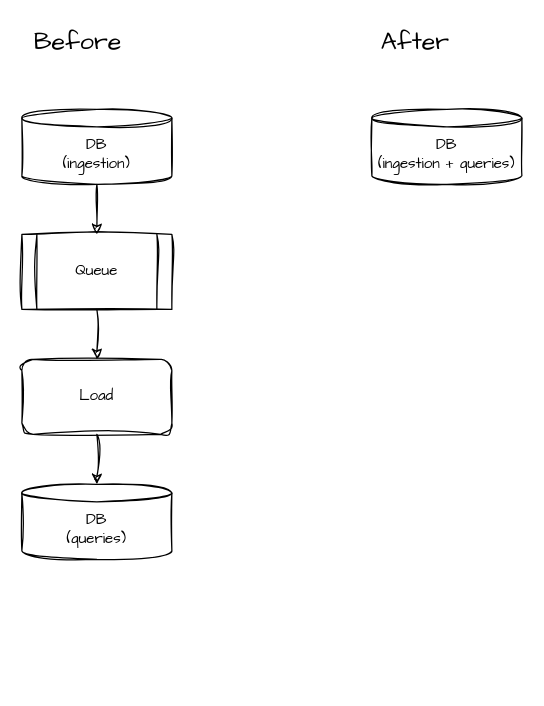
Before: 002_hyper_specialized_dbs/data_fragmentation/diagram.drawio in codingconcepts/architecture-simplification, a draw.io diagram. Source tidied: cells renumbered, new cells numbered last; positions are measured from the earlier drawing's top-left corner, leaving out a move shared by most shapes. Both pictures are drawn from the tidied source at 125%, with x=0, y=0 at pixel (21, 21).
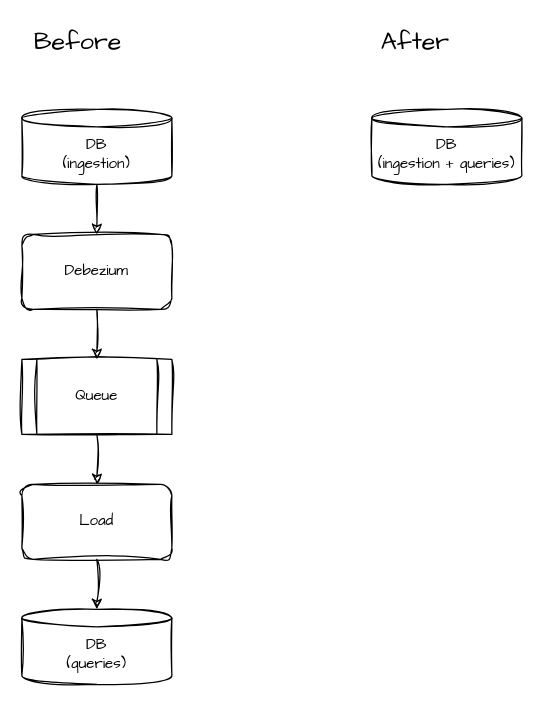
Above is the later version.

What changed in the source:
```diff
@@
 <mxGraphModel>
   <root>
     <mxCell id="0" />
     <mxCell id="1" parent="0" />
     <mxCell id="2" value="Before" style="text;html=1;strokeColor=none;fillColor=none;align=center;verticalAlign=middle;whiteSpace=wrap;rounded=0;sketch=1;fontFamily=Architects Daughter;fontSize=20;" parent="1" vertex="1">
       <mxGeometry width="90" height="30" as="geometry" />
     </mxCell>
-    <mxCell id="3" style="edgeStyle=none;sketch=1;hachureGap=4;jiggle=2;curveFitting=1;html=1;fontFamily=Architects Daughter;fontSize=16;" parent="1" edge="1" source="4" target="7">
+    <mxCell id="3" style="edgeStyle=none;sketch=1;hachureGap=4;jiggle=2;curveFitting=1;html=1;fontFamily=Architects Daughter;fontSize=16;entryX=0.5;entryY=0;entryDx=0;entryDy=0;" parent="1" edge="1" source="4" target="15">
       <mxGeometry relative="1" as="geometry" />
     </mxCell>
     <mxCell id="4" value="DB&lt;br&gt;(ingestion)" style="shape=cylinder3;whiteSpace=wrap;html=1;boundedLbl=1;backgroundOutline=1;size=7;sketch=1;fontFamily=Architects Daughter;fillColor=none;" parent="1" vertex="1">
       <mxGeometry y="70" width="120" height="60" as="geometry" />
     </mxCell>
-    <mxCell id="5" style="edgeStyle=none;sketch=1;hachureGap=4;jiggle=2;curveFitting=1;html=1;fontFamily=Architects Daughter;fontSize=12;" parent="1" edge="1" target="7">
-      <mxGeometry relative="1" as="geometry">
-        <mxPoint x="60" y="230" as="sourcePoint" />
-      </mxGeometry>
-    </mxCell>
+    <mxCell id="11" value="After" style="text;html=1;strokeColor=none;fillColor=none;align=center;verticalAlign=middle;whiteSpace=wrap;rounded=0;sketch=1;fontFamily=Architects Daughter;fontSize=20;" parent="1" vertex="1">
+      <mxGeometry x="280" width="70" height="30" as="geometry" />
+    </mxCell>
+    <mxCell id="12" value="DB&lt;br&gt;(ingestion + queries)" style="shape=cylinder3;whiteSpace=wrap;html=1;boundedLbl=1;backgroundOutline=1;size=7;sketch=1;fontFamily=Architects Daughter;fillColor=none;" parent="1" vertex="1">
+      <mxGeometry x="280" y="70" width="120" height="60" as="geometry" />
+    </mxCell>
+    <mxCell id="13" style="edgeStyle=none;sketch=1;hachureGap=4;jiggle=2;curveFitting=1;html=1;fontFamily=Architects Daughter;fontSize=12;" parent="1" edge="1" target="7">
+      <mxGeometry relative="1" as="geometry">
+        <mxPoint x="60" y="330" as="sourcePoint" />
+      </mxGeometry>
+    </mxCell>
     <mxCell id="6" style="edgeStyle=orthogonalEdgeStyle;sketch=1;hachureGap=4;jiggle=2;curveFitting=1;html=1;entryX=0.5;entryY=0;entryDx=0;entryDy=0;fontFamily=Architects Daughter;fontSize=12;" parent="1" edge="1" source="7" target="10">
       <mxGeometry relative="1" as="geometry" />
     </mxCell>
     <mxCell id="7" value="Queue" style="shape=process;whiteSpace=wrap;html=1;backgroundOutline=1;sketch=1;hachureGap=4;jiggle=2;curveFitting=1;fontFamily=Architects Daughter;fontSize=12;fillColor=none;" parent="1" vertex="1">
-      <mxGeometry y="170" width="120" height="60" as="geometry" />
+      <mxGeometry y="270" width="120" height="60" as="geometry" />
     </mxCell>
     <mxCell id="8" value="DB&lt;br&gt;(queries)" style="shape=cylinder3;whiteSpace=wrap;html=1;boundedLbl=1;backgroundOutline=1;size=7;sketch=1;fontFamily=Architects Daughter;fillColor=none;" parent="1" vertex="1">
-      <mxGeometry y="370" width="120" height="60" as="geometry" />
+      <mxGeometry y="470" width="120" height="60" as="geometry" />
     </mxCell>
     <mxCell id="9" style="edgeStyle=orthogonalEdgeStyle;sketch=1;hachureGap=4;jiggle=2;curveFitting=1;html=1;fontFamily=Architects Daughter;fontSize=12;" parent="1" edge="1" source="10" target="8">
       <mxGeometry relative="1" as="geometry" />
     </mxCell>
     <mxCell id="10" value="Load" style="rounded=1;whiteSpace=wrap;html=1;sketch=1;hachureGap=4;jiggle=2;curveFitting=1;fontFamily=Architects Daughter;fontSize=12;fillColor=none;" parent="1" vertex="1">
-      <mxGeometry y="270" width="120" height="60" as="geometry" />
+      <mxGeometry y="370" width="120" height="60" as="geometry" />
     </mxCell>
-    <mxCell id="11" value="After" style="text;html=1;strokeColor=none;fillColor=none;align=center;verticalAlign=middle;whiteSpace=wrap;rounded=0;sketch=1;fontFamily=Architects Daughter;fontSize=20;" parent="1" vertex="1">
-      <mxGeometry x="280" width="70" height="30" as="geometry" />
-    </mxCell>
-    <mxCell id="12" value="DB&lt;br&gt;(ingestion + queries)" style="shape=cylinder3;whiteSpace=wrap;html=1;boundedLbl=1;backgroundOutline=1;size=7;sketch=1;fontFamily=Architects Daughter;fillColor=none;" parent="1" vertex="1">
-      <mxGeometry x="280" y="70" width="120" height="60" as="geometry" />
-    </mxCell>
+    <mxCell id="14" style="edgeStyle=none;sketch=1;hachureGap=4;jiggle=2;curveFitting=1;html=1;fontFamily=Architects Daughter;fontSize=16;" parent="1" edge="1" source="15" target="7">
+      <mxGeometry relative="1" as="geometry" />
+    </mxCell>
+    <mxCell id="15" value="Debezium" style="rounded=1;whiteSpace=wrap;html=1;sketch=1;hachureGap=4;jiggle=2;curveFitting=1;fontFamily=Architects Daughter;fontSize=12;fillColor=none;" parent="1" vertex="1">
+      <mxGeometry y="170" width="120" height="60" as="geometry" />
+    </mxCell>
   </root>
 </mxGraphModel>
```
